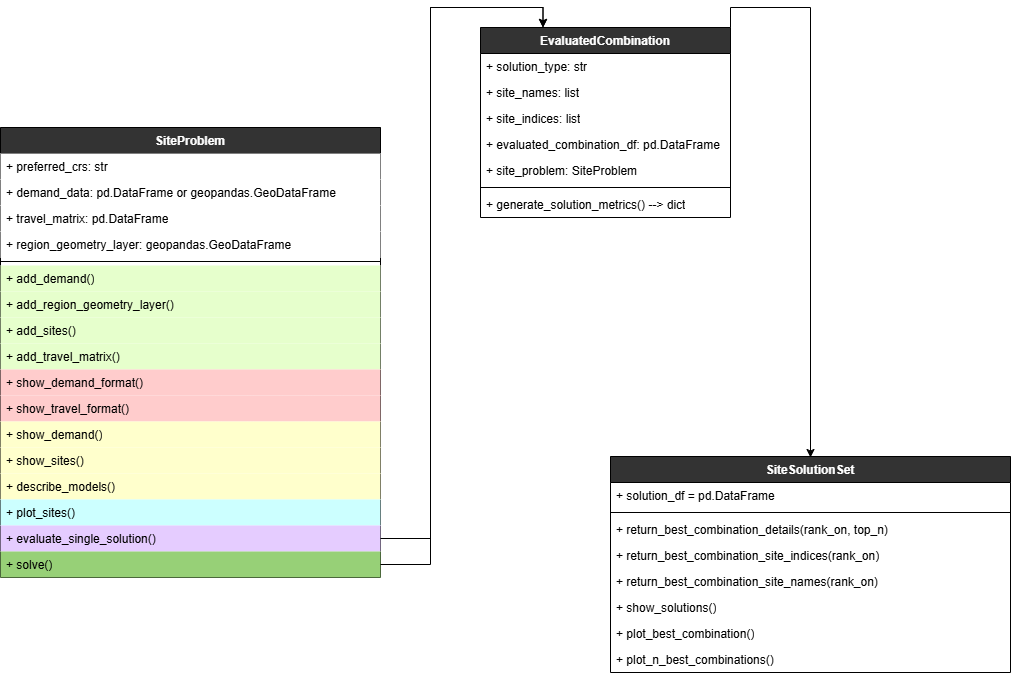
This is lokigi_docs/lokigi_class_diagram.drawio.png from hsma-tools/lokigi, a draw.io export, as it was before one commit. Source tidied: cells renumbered, new cells last; positions are measured from the earlier drawing's top-left corner, leaving out a move shared by most shapes.
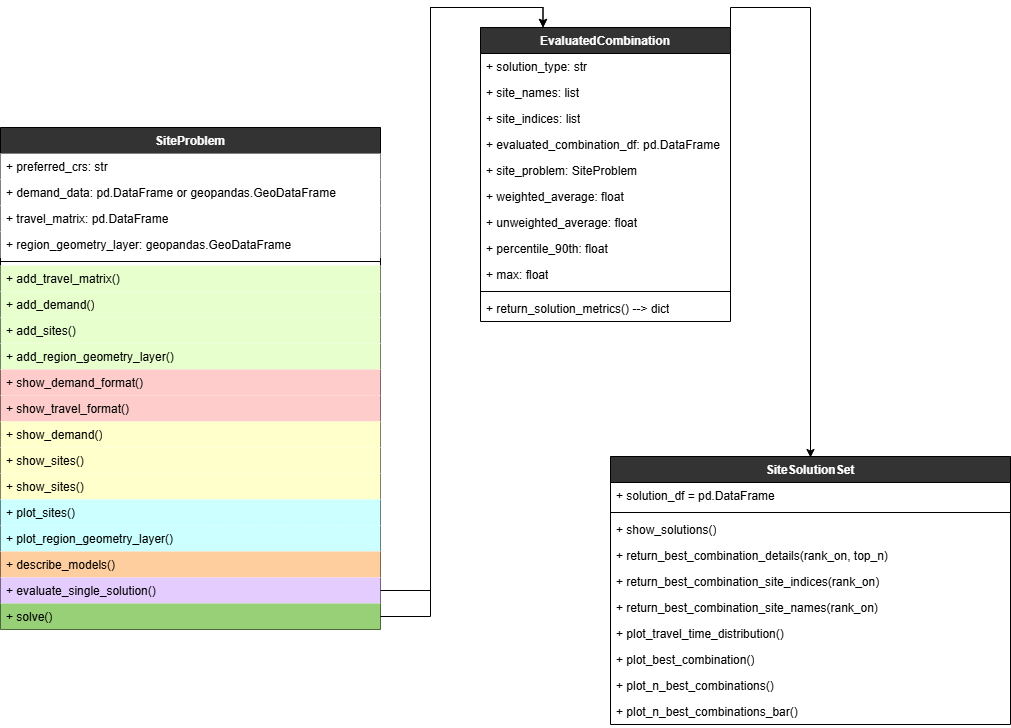
Later version of the same file.

Change to the diagram source:
```diff
@@ -8,7 +8,7 @@
       </mxGeometry>
     </mxCell>
     <mxCell id="3" value="&lt;font style=&quot;color: rgb(255, 255, 255);&quot;&gt;EvaluatedCombination&lt;/font&gt;" style="swimlane;fontStyle=1;align=center;verticalAlign=top;horizontal=1;startSize=26;whiteSpace=wrap;html=1;fillColor=#333333;" parent="1" vertex="1">
-      <mxGeometry x="480" width="250" height="190" as="geometry" />
+      <mxGeometry x="480" width="250" height="294" as="geometry" />
     </mxCell>
     <mxCell id="4" value="+ solution_type: str" style="text;strokeColor=none;fillColor=none;align=left;verticalAlign=top;spacingLeft=4;spacingRight=4;overflow=hidden;whiteSpace=wrap;html=1;" parent="3" vertex="1">
       <mxGeometry y="26" width="250" height="26" as="geometry" />
@@ -25,14 +25,26 @@
     <mxCell id="8" value="+ site_problem: SiteProblem" style="text;strokeColor=none;fillColor=none;align=left;verticalAlign=top;spacingLeft=4;spacingRight=4;overflow=hidden;whiteSpace=wrap;html=1;" parent="3" vertex="1">
       <mxGeometry y="130" width="250" height="26" as="geometry" />
     </mxCell>
+    <mxCell id="40" value="+ weighted_average: float" style="text;strokeColor=none;fillColor=none;align=left;verticalAlign=top;spacingLeft=4;spacingRight=4;overflow=hidden;whiteSpace=wrap;html=1;" parent="3" vertex="1">
+      <mxGeometry y="156" width="250" height="26" as="geometry" />
+    </mxCell>
+    <mxCell id="41" value="+ unweighted_average: float" style="text;strokeColor=none;fillColor=none;align=left;verticalAlign=top;spacingLeft=4;spacingRight=4;overflow=hidden;whiteSpace=wrap;html=1;" parent="3" vertex="1">
+      <mxGeometry y="182" width="250" height="26" as="geometry" />
+    </mxCell>
+    <mxCell id="42" value="+ percentile_90th: float" style="text;strokeColor=none;fillColor=none;align=left;verticalAlign=top;spacingLeft=4;spacingRight=4;overflow=hidden;whiteSpace=wrap;html=1;" parent="3" vertex="1">
+      <mxGeometry y="208" width="250" height="26" as="geometry" />
+    </mxCell>
+    <mxCell id="43" value="+ max: float" style="text;strokeColor=none;fillColor=none;align=left;verticalAlign=top;spacingLeft=4;spacingRight=4;overflow=hidden;whiteSpace=wrap;html=1;" parent="3" vertex="1">
+      <mxGeometry y="234" width="250" height="26" as="geometry" />
+    </mxCell>
     <mxCell id="9" style="line;strokeWidth=1;fillColor=none;align=left;verticalAlign=middle;spacingTop=-1;spacingLeft=3;spacingRight=3;labelPosition=right;strokeColor=inherit;" parent="3" vertex="1">
-      <mxGeometry y="156" width="250" height="8" as="geometry" />
+      <mxGeometry y="260" width="250" height="8" as="geometry" />
     </mxCell>
-    <mxCell id="10" value="+ generate_solution_metrics() --&amp;gt; dict" style="text;strokeColor=none;fillColor=none;align=left;verticalAlign=top;spacingLeft=4;spacingRight=4;overflow=hidden;whiteSpace=wrap;html=1;" parent="3" vertex="1">
-      <mxGeometry y="164" width="250" height="26" as="geometry" />
+    <mxCell id="10" value="+ return_solution_metrics() --&amp;gt; dict" style="text;strokeColor=none;fillColor=none;align=left;verticalAlign=top;spacingLeft=4;spacingRight=4;overflow=hidden;whiteSpace=wrap;html=1;" parent="3" vertex="1">
+      <mxGeometry y="268" width="250" height="26" as="geometry" />
     </mxCell>
     <mxCell id="11" value="&lt;font style=&quot;color: rgb(255, 255, 255);&quot;&gt;SiteProblem&lt;/font&gt;" style="swimlane;fontStyle=1;align=center;verticalAlign=top;horizontal=1;startSize=26;whiteSpace=wrap;html=1;fillColor=#333333;" parent="1" vertex="1">
-      <mxGeometry y="100" width="380" height="450" as="geometry" />
+      <mxGeometry y="100" width="380" height="502" as="geometry" />
     </mxCell>
     <mxCell id="12" value="+ preferred_crs: str" style="text;strokeColor=none;fillColor=#FFFFFF;align=left;verticalAlign=top;spacingLeft=4;spacingRight=4;overflow=hidden;whiteSpace=wrap;html=1;" parent="11" vertex="1">
       <mxGeometry y="26" width="380" height="26" as="geometry" />
@@ -49,18 +61,18 @@
     <mxCell id="16" style="line;strokeWidth=1;fillColor=#E6FFCC;align=left;verticalAlign=middle;spacingTop=-1;spacingLeft=3;spacingRight=3;labelPosition=right;strokeColor=inherit;" parent="11" vertex="1">
       <mxGeometry y="130" width="380" height="8" as="geometry" />
     </mxCell>
+    <mxCell id="20" value="+ add_travel_matrix()" style="text;strokeColor=none;fillColor=#E6FFCC;align=left;verticalAlign=top;spacingLeft=4;spacingRight=4;overflow=hidden;whiteSpace=wrap;html=1;" parent="11" vertex="1">
+      <mxGeometry y="138" width="380" height="26" as="geometry" />
+    </mxCell>
     <mxCell id="17" value="+ add_demand()" style="text;strokeColor=none;fillColor=#E6FFCC;align=left;verticalAlign=top;spacingLeft=4;spacingRight=4;overflow=hidden;whiteSpace=wrap;html=1;" parent="11" vertex="1">
-      <mxGeometry y="138" width="380" height="26" as="geometry" />
+      <mxGeometry y="164" width="380" height="26" as="geometry" />
     </mxCell>
+    <mxCell id="19" value="+ add_sites()" style="text;strokeColor=none;fillColor=#E6FFCC;align=left;verticalAlign=top;spacingLeft=4;spacingRight=4;overflow=hidden;whiteSpace=wrap;html=1;" parent="11" vertex="1">
+      <mxGeometry y="190" width="380" height="26" as="geometry" />
+    </mxCell>
     <mxCell id="18" value="+ add_region_geometry_layer()" style="text;strokeColor=none;fillColor=#E6FFCC;align=left;verticalAlign=top;spacingLeft=4;spacingRight=4;overflow=hidden;whiteSpace=wrap;html=1;" parent="11" vertex="1">
-      <mxGeometry y="164" width="380" height="26" as="geometry" />
+      <mxGeometry y="216" width="380" height="26" as="geometry" />
     </mxCell>
-    <mxCell id="19" value="+ add_sites()" style="text;strokeColor=none;fillColor=#E6FFCC;align=left;verticalAlign=top;spacingLeft=4;spacingRight=4;overflow=hidden;whiteSpace=wrap;html=1;" parent="11" vertex="1">
-      <mxGeometry y="190" width="380" height="26" as="geometry" />
-    </mxCell>
-    <mxCell id="20" value="+ add_travel_matrix()" style="text;strokeColor=none;fillColor=#E6FFCC;align=left;verticalAlign=top;spacingLeft=4;spacingRight=4;overflow=hidden;whiteSpace=wrap;html=1;" parent="11" vertex="1">
-      <mxGeometry y="216" width="380" height="26" as="geometry" />
-    </mxCell>
     <mxCell id="21" value="+ show_demand_format()" style="text;strokeColor=none;fillColor=#FFCCCC;align=left;verticalAlign=top;spacingLeft=4;spacingRight=4;overflow=hidden;whiteSpace=wrap;html=1;" parent="11" vertex="1">
       <mxGeometry y="242" width="380" height="26" as="geometry" />
     </mxCell>
@@ -73,20 +85,26 @@
     <mxCell id="24" value="+ show_sites()" style="text;strokeColor=none;fillColor=#FFFFCC;align=left;verticalAlign=top;spacingLeft=4;spacingRight=4;overflow=hidden;whiteSpace=wrap;html=1;" parent="11" vertex="1">
       <mxGeometry y="320" width="380" height="26" as="geometry" />
     </mxCell>
+    <mxCell id="44" value="+ show_sites()" style="text;strokeColor=none;fillColor=#FFFFCC;align=left;verticalAlign=top;spacingLeft=4;spacingRight=4;overflow=hidden;whiteSpace=wrap;html=1;" parent="11" vertex="1">
+      <mxGeometry y="346" width="380" height="26" as="geometry" />
+    </mxCell>
+    <mxCell id="26" value="+ plot_sites()" style="text;strokeColor=none;fillColor=#CCFFFF;align=left;verticalAlign=top;spacingLeft=4;spacingRight=4;overflow=hidden;whiteSpace=wrap;html=1;" parent="11" vertex="1">
+      <mxGeometry y="372" width="380" height="26" as="geometry" />
+    </mxCell>
+    <mxCell id="45" value="+ plot_region_geometry_layer()" style="text;strokeColor=none;fillColor=#CCFFFF;align=left;verticalAlign=top;spacingLeft=4;spacingRight=4;overflow=hidden;whiteSpace=wrap;html=1;" parent="11" vertex="1">
+      <mxGeometry y="398" width="380" height="26" as="geometry" />
+    </mxCell>
-    <mxCell id="25" value="+ describe_models()" style="text;strokeColor=none;fillColor=#FFFFCC;align=left;verticalAlign=top;spacingLeft=4;spacingRight=4;overflow=hidden;whiteSpace=wrap;html=1;" parent="11" vertex="1">
-      <mxGeometry y="346" width="380" height="26" as="geometry" />
+    <mxCell id="25" value="+ describe_models()" style="text;strokeColor=none;fillColor=#FFCE9F;align=left;verticalAlign=top;spacingLeft=4;spacingRight=4;overflow=hidden;whiteSpace=wrap;html=1;" parent="11" vertex="1">
+      <mxGeometry y="424" width="380" height="26" as="geometry" />
     </mxCell>
-    <mxCell id="26" value="+ plot_sites()" style="text;strokeColor=none;fillColor=#CCFFFF;align=left;verticalAlign=top;spacingLeft=4;spacingRight=4;overflow=hidden;whiteSpace=wrap;html=1;" parent="11" vertex="1">
-      <mxGeometry y="372" width="380" height="26" as="geometry" />
-    </mxCell>
     <mxCell id="27" value="+ evaluate_single_solution()" style="text;strokeColor=none;fillColor=#E5CCFF;align=left;verticalAlign=top;spacingLeft=4;spacingRight=4;overflow=hidden;points=[[0,0.5],[1,0.5]];portConstraint=eastwest;whiteSpace=wrap;html=1;" parent="11" vertex="1">
-      <mxGeometry y="398" width="380" height="26" as="geometry" />
+      <mxGeometry y="450" width="380" height="26" as="geometry" />
     </mxCell>
     <mxCell id="28" value="+ solve()" style="text;strokeColor=none;fillColor=#97D077;align=left;verticalAlign=top;spacingLeft=4;spacingRight=4;overflow=hidden;points=[[0,0.5],[1,0.5]];portConstraint=eastwest;whiteSpace=wrap;html=1;" parent="11" vertex="1">
-      <mxGeometry y="424" width="380" height="26" as="geometry" />
+      <mxGeometry y="476" width="380" height="26" as="geometry" />
     </mxCell>
     <mxCell id="29" value="&lt;font style=&quot;color: rgb(255, 255, 255);&quot;&gt;SiteSolutionSet&lt;/font&gt;" style="swimlane;fontStyle=1;align=center;verticalAlign=top;horizontal=1;startSize=26;whiteSpace=wrap;html=1;fillColor=#333333;" parent="1" vertex="1">
-      <mxGeometry x="610" y="429" width="400" height="216" as="geometry" />
+      <mxGeometry x="610" y="429" width="400" height="268" as="geometry" />
     </mxCell>
     <mxCell id="30" value="+ solution_df = pd.DataFrame" style="text;strokeColor=none;fillColor=none;align=left;verticalAlign=top;spacingLeft=4;spacingRight=4;overflow=hidden;whiteSpace=wrap;html=1;" parent="29" vertex="1">
       <mxGeometry y="26" width="400" height="26" as="geometry" />
@@ -94,24 +112,30 @@
     <mxCell id="31" style="line;strokeWidth=1;fillColor=none;align=left;verticalAlign=middle;spacingTop=-1;spacingLeft=3;spacingRight=3;labelPosition=right;strokeColor=inherit;" parent="29" vertex="1">
       <mxGeometry y="52" width="400" height="8" as="geometry" />
     </mxCell>
+    <mxCell id="35" value="+ show_solutions()" style="text;strokeColor=none;fillColor=none;align=left;verticalAlign=top;spacingLeft=4;spacingRight=4;overflow=hidden;whiteSpace=wrap;html=1;" parent="29" vertex="1">
+      <mxGeometry y="60" width="400" height="26" as="geometry" />
+    </mxCell>
     <mxCell id="32" value="+ return_best_combination_details(rank_on, top_n)" style="text;strokeColor=none;fillColor=none;align=left;verticalAlign=top;spacingLeft=4;spacingRight=4;overflow=hidden;whiteSpace=wrap;html=1;" parent="29" vertex="1">
-      <mxGeometry y="60" width="400" height="26" as="geometry" />
+      <mxGeometry y="86" width="400" height="26" as="geometry" />
     </mxCell>
     <mxCell id="33" value="+ return_best_combination_site_indices(rank_on)" style="text;strokeColor=none;fillColor=none;align=left;verticalAlign=top;spacingLeft=4;spacingRight=4;overflow=hidden;whiteSpace=wrap;html=1;" parent="29" vertex="1">
-      <mxGeometry y="86" width="400" height="26" as="geometry" />
+      <mxGeometry y="112" width="400" height="26" as="geometry" />
     </mxCell>
     <mxCell id="34" value="+ return_best_combination_site_names(rank_on)" style="text;strokeColor=none;fillColor=none;align=left;verticalAlign=top;spacingLeft=4;spacingRight=4;overflow=hidden;whiteSpace=wrap;html=1;" parent="29" vertex="1">
-      <mxGeometry y="112" width="400" height="26" as="geometry" />
+      <mxGeometry y="138" width="400" height="26" as="geometry" />
     </mxCell>
-    <mxCell id="35" value="+ show_solutions()" style="text;strokeColor=none;fillColor=none;align=left;verticalAlign=top;spacingLeft=4;spacingRight=4;overflow=hidden;whiteSpace=wrap;html=1;" parent="29" vertex="1">
-      <mxGeometry y="138" width="400" height="26" as="geometry" />
-    </mxCell>
+    <mxCell id="46" value="+ plot_travel_time_distribution()" style="text;strokeColor=none;fillColor=none;align=left;verticalAlign=top;spacingLeft=4;spacingRight=4;overflow=hidden;whiteSpace=wrap;html=1;" parent="29" vertex="1">
+      <mxGeometry y="164" width="400" height="26" as="geometry" />
+    </mxCell>
     <mxCell id="36" value="+ plot_best_combination()" style="text;strokeColor=none;fillColor=none;align=left;verticalAlign=top;spacingLeft=4;spacingRight=4;overflow=hidden;whiteSpace=wrap;html=1;" parent="29" vertex="1">
-      <mxGeometry y="164" width="400" height="26" as="geometry" />
+      <mxGeometry y="190" width="400" height="26" as="geometry" />
     </mxCell>
     <mxCell id="37" value="+ plot_n_best_combinations()" style="text;strokeColor=none;fillColor=none;align=left;verticalAlign=top;spacingLeft=4;spacingRight=4;overflow=hidden;whiteSpace=wrap;html=1;" parent="29" vertex="1">
-      <mxGeometry y="190" width="400" height="26" as="geometry" />
+      <mxGeometry y="216" width="400" height="26" as="geometry" />
     </mxCell>
+    <mxCell id="47" value="+ plot_n_best_combinations_bar()" style="text;strokeColor=none;fillColor=none;align=left;verticalAlign=top;spacingLeft=4;spacingRight=4;overflow=hidden;whiteSpace=wrap;html=1;" parent="29" vertex="1">
+      <mxGeometry y="242" width="400" height="26" as="geometry" />
+    </mxCell>
     <mxCell id="38" style="edgeStyle=orthogonalEdgeStyle;rounded=0;jettySize=auto;html=1;exitX=1;exitY=0.5;exitDx=0;exitDy=0;entryX=0.25;entryY=0;entryDx=0;entryDy=0;" parent="1" edge="1" source="27" target="3">
       <mxGeometry relative="1" as="geometry" />
     </mxCell>
```
